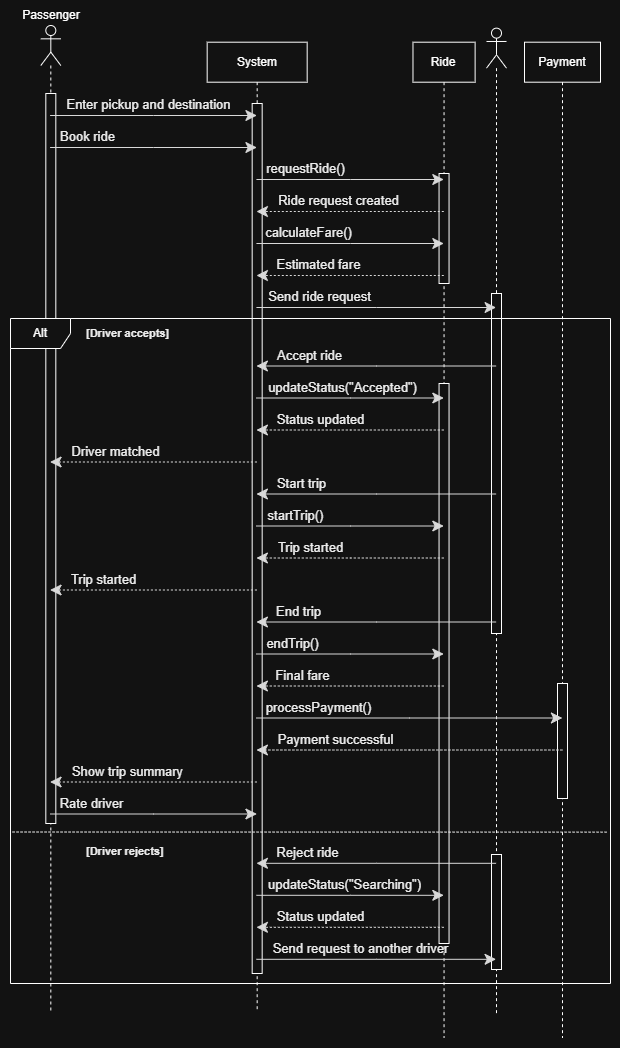
Above: HopnGo/docs/uml/HopnGo_sequence-diagram.png in Ryatsu/HopnGo (draw.io), before the change. Source tidied: cells renumbered, new cells last; positions are measured from the earlier drawing's top-left corner, leaving out a move shared by most shapes.
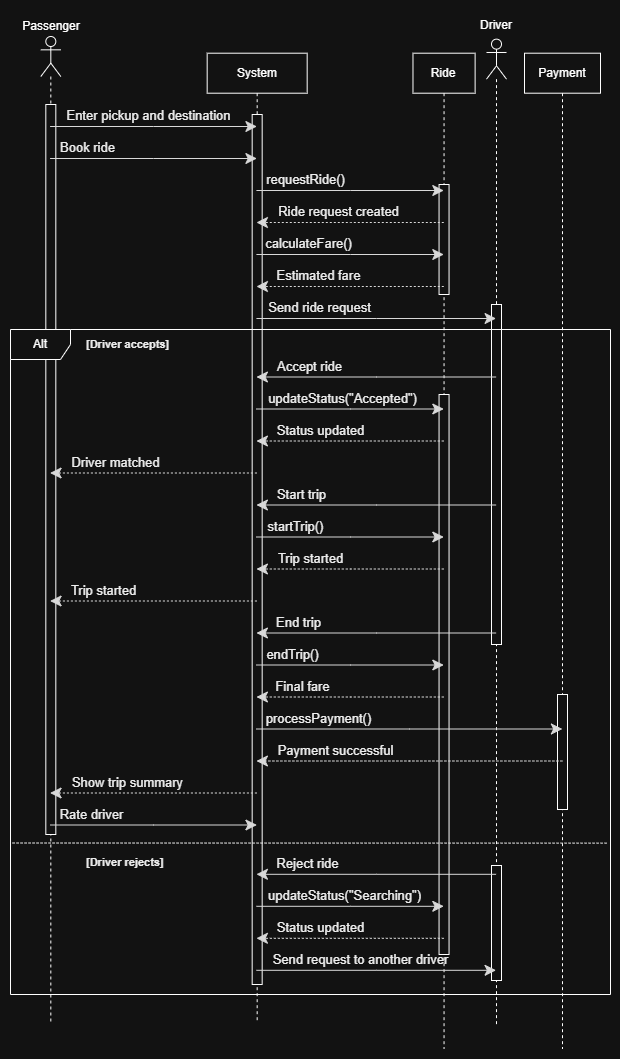
After the commit.

The edit, as a diff of the source:
```diff
@@ -290,6 +290,9 @@
         </Array>
       </mxGeometry>
     </mxCell>
+    <mxCell id="46" value="Driver" style="text;html=1;whiteSpace=wrap;strokeColor=none;fillColor=none;align=center;verticalAlign=middle;rounded=0;" parent="2" vertex="1">
+      <mxGeometry x="581" y="24.7" width="60" height="30" as="geometry" />
+    </mxCell>
     <mxCell id="45" value="Passenger" style="text;html=1;whiteSpace=wrap;strokeColor=none;fillColor=none;align=center;verticalAlign=middle;rounded=0;" parent="1" vertex="1">
       <mxGeometry x="136" y="26" width="60" height="30" as="geometry" />
     </mxCell>
```
